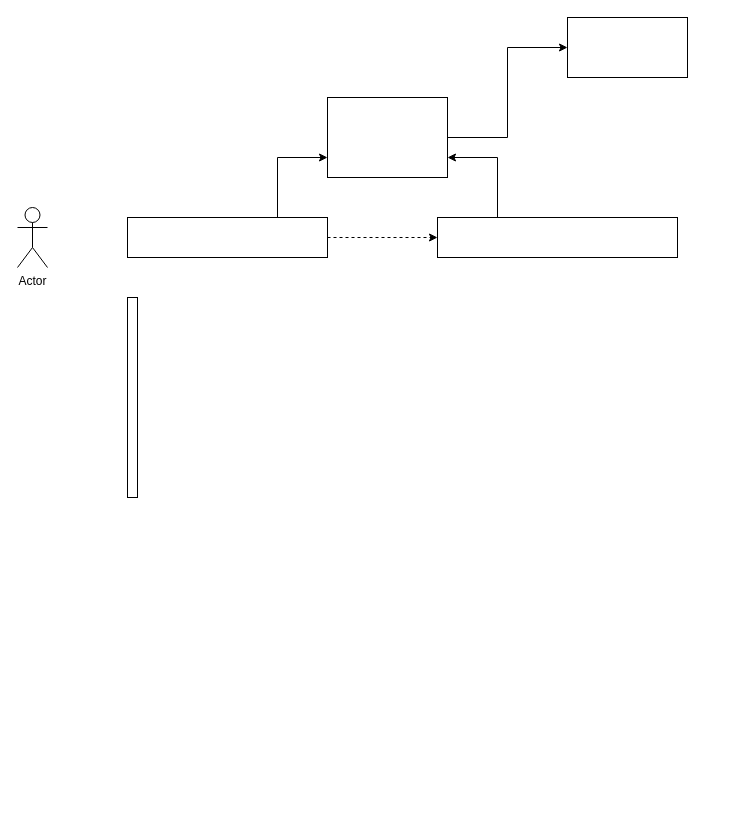
Ricardoandradw/Projeto keeps this draw.io diagram as Untitled Diagram.drawio. Above is the earlier version. Source tidied: cells renumbered, new cells numbered last; positions are measured from the earlier drawing's top-left corner, leaving out a move shared by most shapes. Both pictures are drawn from the tidied source at 100%, with x=0, y=0 at pixel (17, 17).
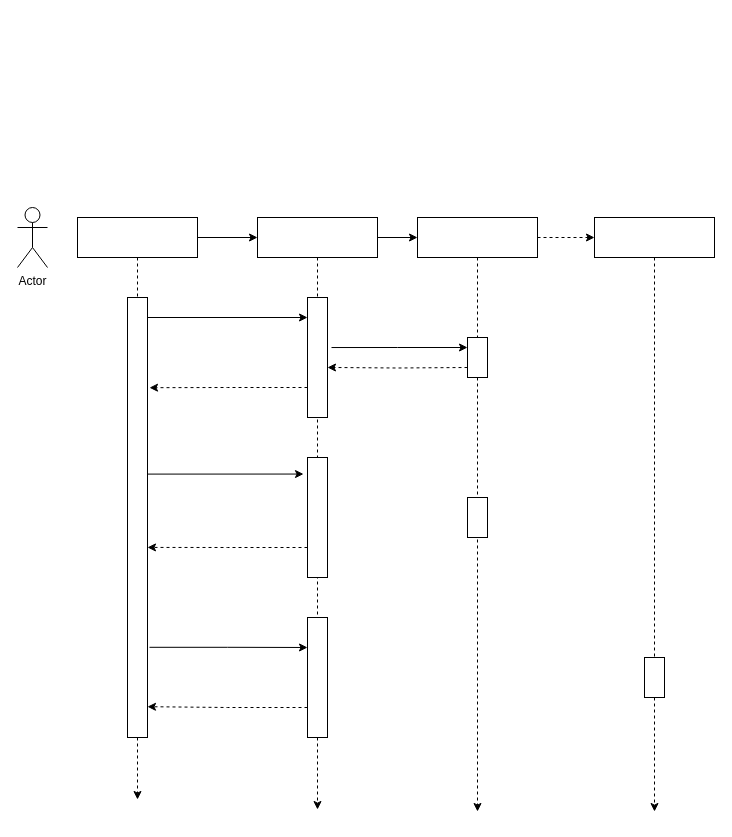
The same page after the edit.

The edit, as a diff of the source:
```diff
@@
-    <mxCell id="3" style="edgeStyle=orthogonalEdgeStyle;rounded=0;jettySize=auto;html=1;exitX=0.75;exitY=0;exitDx=0;exitDy=0;entryX=0;entryY=0.75;entryDx=0;entryDy=0;" parent="1" edge="1" source="5" target="9">
-      <mxGeometry relative="1" as="geometry" />
-    </mxCell>
-    <mxCell id="4" style="edgeStyle=orthogonalEdgeStyle;rounded=0;jettySize=auto;html=1;exitX=1;exitY=0.5;exitDx=0;exitDy=0;dashed=1;" parent="1" edge="1" source="5" target="7">
+    <mxCell id="4" style="edgeStyle=orthogonalEdgeStyle;rounded=0;jettySize=auto;html=1;exitX=1;exitY=0.5;exitDx=0;exitDy=0;" parent="1" edge="1" source="5" target="7">
       <mxGeometry relative="1" as="geometry" />
     </mxCell>
+    <mxCell id="12" style="edgeStyle=orthogonalEdgeStyle;rounded=0;jettySize=auto;html=1;exitX=0.5;exitY=1;exitDx=0;exitDy=0;dashed=1;" parent="1" edge="1" source="5">
+      <mxGeometry relative="1" as="geometry">
+        <mxPoint x="120" y="782" as="targetPoint" />
+      </mxGeometry>
+    </mxCell>
     <mxCell id="5" style="rounded=0;whiteSpace=wrap;html=1;" parent="1" vertex="1">
-      <mxGeometry x="110" y="200" width="200" height="40" as="geometry" />
+      <mxGeometry x="60" y="200" width="120" height="40" as="geometry" />
     </mxCell>
-    <mxCell id="6" style="edgeStyle=orthogonalEdgeStyle;rounded=0;jettySize=auto;html=1;exitX=0.25;exitY=0;exitDx=0;exitDy=0;entryX=1;entryY=0.75;entryDx=0;entryDy=0;" parent="1" edge="1" source="7" target="9">
-      <mxGeometry relative="1" as="geometry" />
-    </mxCell>
+    <mxCell id="13" style="edgeStyle=orthogonalEdgeStyle;rounded=0;jettySize=auto;html=1;exitX=0.5;exitY=1;exitDx=0;exitDy=0;dashed=1;" parent="1" edge="1" source="7">
+      <mxGeometry relative="1" as="geometry">
+        <mxPoint x="300" y="792" as="targetPoint" />
+      </mxGeometry>
+    </mxCell>
+    <mxCell id="14" style="edgeStyle=orthogonalEdgeStyle;rounded=0;jettySize=auto;html=1;" parent="1" edge="1" source="7" target="28">
+      <mxGeometry relative="1" as="geometry" />
+    </mxCell>
     <mxCell id="7" style="rounded=0;whiteSpace=wrap;html=1;" parent="1" vertex="1">
-      <mxGeometry x="420" y="200" width="240" height="40" as="geometry" />
+      <mxGeometry x="240" y="200" width="120" height="40" as="geometry" />
     </mxCell>
-    <mxCell id="8" style="edgeStyle=orthogonalEdgeStyle;rounded=0;jettySize=auto;html=1;exitX=1;exitY=0.5;exitDx=0;exitDy=0;entryX=0;entryY=0.5;entryDx=0;entryDy=0;" parent="1" edge="1" source="9" target="10">
-      <mxGeometry relative="1" as="geometry" />
-    </mxCell>
-    <mxCell id="9" style="rounded=0;whiteSpace=wrap;html=1;" parent="1" vertex="1">
-      <mxGeometry x="310" y="80" width="120" height="80" as="geometry" />
-    </mxCell>
-    <mxCell id="10" style="rounded=0;whiteSpace=wrap;html=1;" parent="1" vertex="1">
-      <mxGeometry x="550" width="120" height="60" as="geometry" />
-    </mxCell>
+    <mxCell id="15" style="edgeStyle=orthogonalEdgeStyle;rounded=0;orthogonalLoop=1;jettySize=auto;html=1;" parent="1" edge="1">
+      <mxGeometry relative="1" as="geometry">
+        <mxPoint x="120" y="290" as="sourcePoint" />
+        <mxPoint x="290" y="300" as="targetPoint" />
+        <Array as="points">
+          <mxPoint x="120" y="300" />
+        </Array>
+      </mxGeometry>
+    </mxCell>
+    <mxCell id="16" style="edgeStyle=orthogonalEdgeStyle;rounded=0;jettySize=auto;html=1;exitX=1;exitY=0.5;exitDx=0;exitDy=0;entryX=-0.2;entryY=0.138;entryDx=0;entryDy=0;entryPerimeter=0;" parent="1" edge="1" source="11" target="25">
+      <mxGeometry relative="1" as="geometry">
+        <Array as="points">
+          <mxPoint x="120" y="410" />
+        </Array>
+      </mxGeometry>
+    </mxCell>
+    <mxCell id="17" style="edgeStyle=orthogonalEdgeStyle;rounded=0;jettySize=auto;html=1;exitX=1.1;exitY=0.795;exitDx=0;exitDy=0;entryX=0;entryY=0.25;entryDx=0;entryDy=0;exitPerimeter=0;" parent="1" edge="1" source="11" target="23">
+      <mxGeometry relative="1" as="geometry" />
+    </mxCell>
     <mxCell id="11" style="rounded=0;whiteSpace=wrap;html=1;" parent="1" vertex="1">
-      <mxGeometry x="110" y="280" width="10" height="200" as="geometry" />
+      <mxGeometry x="110" y="280" width="20" height="440" as="geometry" />
     </mxCell>
+    <mxCell id="18" style="edgeStyle=orthogonalEdgeStyle;rounded=0;jettySize=auto;html=1;exitX=0;exitY=0.75;exitDx=0;exitDy=0;entryX=1.1;entryY=0.205;entryDx=0;entryDy=0;entryPerimeter=0;dashed=1;" parent="1" edge="1" source="20" target="11">
+      <mxGeometry relative="1" as="geometry" />
+    </mxCell>
+    <mxCell id="19" style="edgeStyle=orthogonalEdgeStyle;rounded=0;jettySize=auto;html=1;exitX=1.2;exitY=0.417;exitDx=0;exitDy=0;entryX=0;entryY=0.25;entryDx=0;entryDy=0;exitPerimeter=0;" parent="1" edge="1" source="20">
+      <mxGeometry relative="1" as="geometry">
+        <mxPoint x="450" y="330" as="targetPoint" />
+      </mxGeometry>
+    </mxCell>
+    <mxCell id="20" style="rounded=0;whiteSpace=wrap;html=1;" parent="1" vertex="1">
+      <mxGeometry x="290" y="280" width="20" height="120" as="geometry" />
+    </mxCell>
+    <mxCell id="21" style="edgeStyle=orthogonalEdgeStyle;rounded=0;jettySize=auto;html=1;exitX=0;exitY=0.75;exitDx=0;exitDy=0;entryX=1;entryY=0.583;entryDx=0;entryDy=0;entryPerimeter=0;dashed=1;" parent="1" edge="1" target="20">
+      <mxGeometry relative="1" as="geometry">
+        <mxPoint x="450" y="350" as="sourcePoint" />
+      </mxGeometry>
+    </mxCell>
+    <mxCell id="22" style="edgeStyle=orthogonalEdgeStyle;rounded=0;jettySize=auto;html=1;exitX=0;exitY=0.75;exitDx=0;exitDy=0;entryX=1;entryY=0.93;entryDx=0;entryDy=0;entryPerimeter=0;dashed=1;" parent="1" edge="1" source="23" target="11">
+      <mxGeometry relative="1" as="geometry" />
+    </mxCell>
+    <mxCell id="23" style="rounded=0;whiteSpace=wrap;html=1;" parent="1" vertex="1">
+      <mxGeometry x="290" y="600" width="20" height="120" as="geometry" />
+    </mxCell>
+    <mxCell id="24" style="edgeStyle=orthogonalEdgeStyle;rounded=0;jettySize=auto;html=1;exitX=0;exitY=0.75;exitDx=0;exitDy=0;entryX=1;entryY=0.568;entryDx=0;entryDy=0;entryPerimeter=0;dashed=1;" parent="1" edge="1" source="25" target="11">
+      <mxGeometry relative="1" as="geometry" />
+    </mxCell>
+    <mxCell id="25" style="rounded=0;whiteSpace=wrap;html=1;" parent="1" vertex="1">
+      <mxGeometry x="290" y="440" width="20" height="120" as="geometry" />
+    </mxCell>
+    <mxCell id="26" style="edgeStyle=orthogonalEdgeStyle;rounded=0;jettySize=auto;html=1;exitX=0.5;exitY=1;exitDx=0;exitDy=0;dashed=1;" parent="1" edge="1" source="28">
+      <mxGeometry relative="1" as="geometry">
+        <mxPoint x="460" y="794" as="targetPoint" />
+      </mxGeometry>
+    </mxCell>
+    <mxCell id="27" style="edgeStyle=orthogonalEdgeStyle;rounded=0;jettySize=auto;html=1;dashed=1;" parent="1" edge="1" source="28" target="32">
+      <mxGeometry relative="1" as="geometry" />
+    </mxCell>
+    <mxCell id="28" style="whiteSpace=wrap;html=1;rounded=0;" parent="1" vertex="1">
+      <mxGeometry x="400" y="200" width="120" height="40" as="geometry" />
+    </mxCell>
+    <mxCell id="29" style="rounded=0;whiteSpace=wrap;html=1;" parent="1" vertex="1">
+      <mxGeometry x="450" y="320" width="20" height="40" as="geometry" />
+    </mxCell>
+    <mxCell id="30" style="rounded=0;whiteSpace=wrap;html=1;" parent="1" vertex="1">
+      <mxGeometry x="450" y="480" width="20" height="40" as="geometry" />
+    </mxCell>
+    <mxCell id="31" style="edgeStyle=orthogonalEdgeStyle;rounded=0;jettySize=auto;html=1;exitX=0.5;exitY=1;exitDx=0;exitDy=0;dashed=1;startArrow=none;" parent="1" edge="1" source="33">
+      <mxGeometry relative="1" as="geometry">
+        <mxPoint x="637" y="794" as="targetPoint" />
+      </mxGeometry>
+    </mxCell>
+    <mxCell id="32" style="whiteSpace=wrap;html=1;rounded=0;" parent="1" vertex="1">
+      <mxGeometry x="577" y="200" width="120" height="40" as="geometry" />
+    </mxCell>
+    <mxCell id="33" style="rounded=0;whiteSpace=wrap;html=1;" parent="1" vertex="1">
+      <mxGeometry x="627" y="640" width="20" height="40" as="geometry" />
+    </mxCell>
+    <mxCell id="34" style="edgeStyle=orthogonalEdgeStyle;rounded=0;jettySize=auto;html=1;exitX=0.5;exitY=1;exitDx=0;exitDy=0;dashed=1;endArrow=none;" parent="1" edge="1" source="32" target="33">
+      <mxGeometry relative="1" as="geometry" />
+    </mxCell>
```
